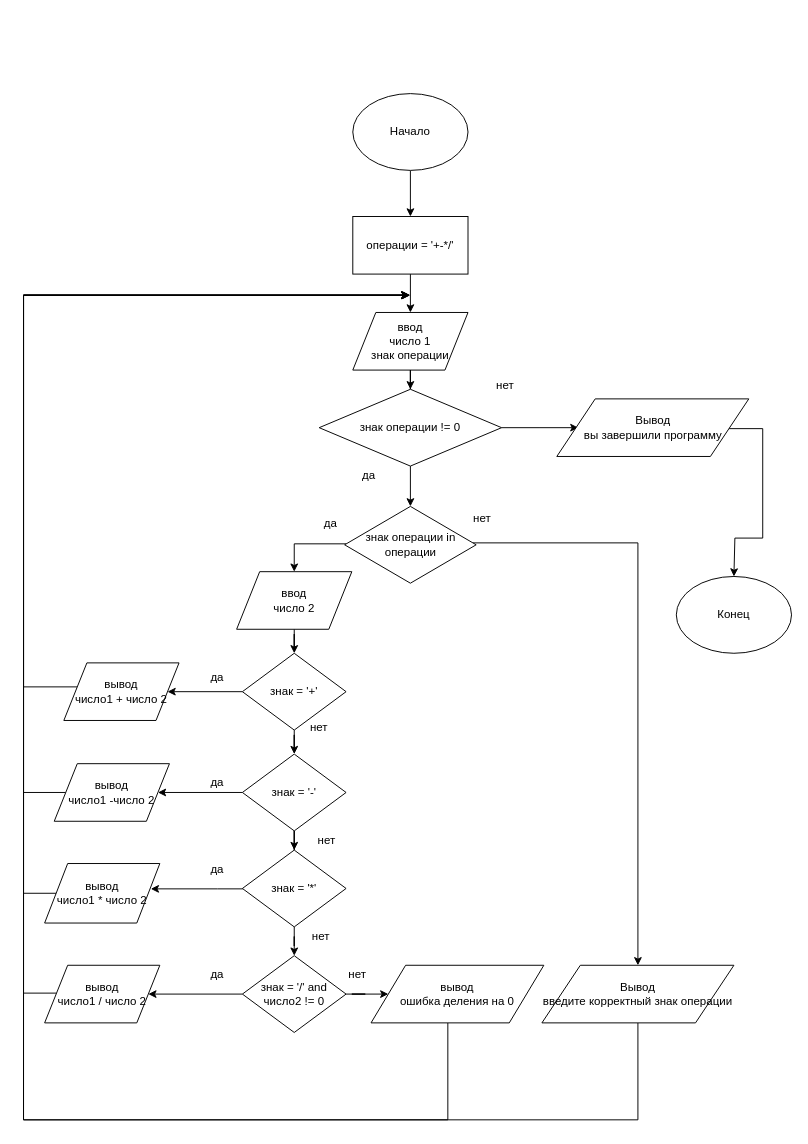
Before: page "Task 2-1" (1 of 4) of Task2.drawio in alexfadin/python, a draw.io diagram. Source tidied: cells renumbered, new cells numbered last; positions are measured from the earlier drawing's top-left corner, leaving out a move shared by most shapes. Both pictures are drawn from the tidied source at 96%, with x=0, y=0 at pixel (23, 93).
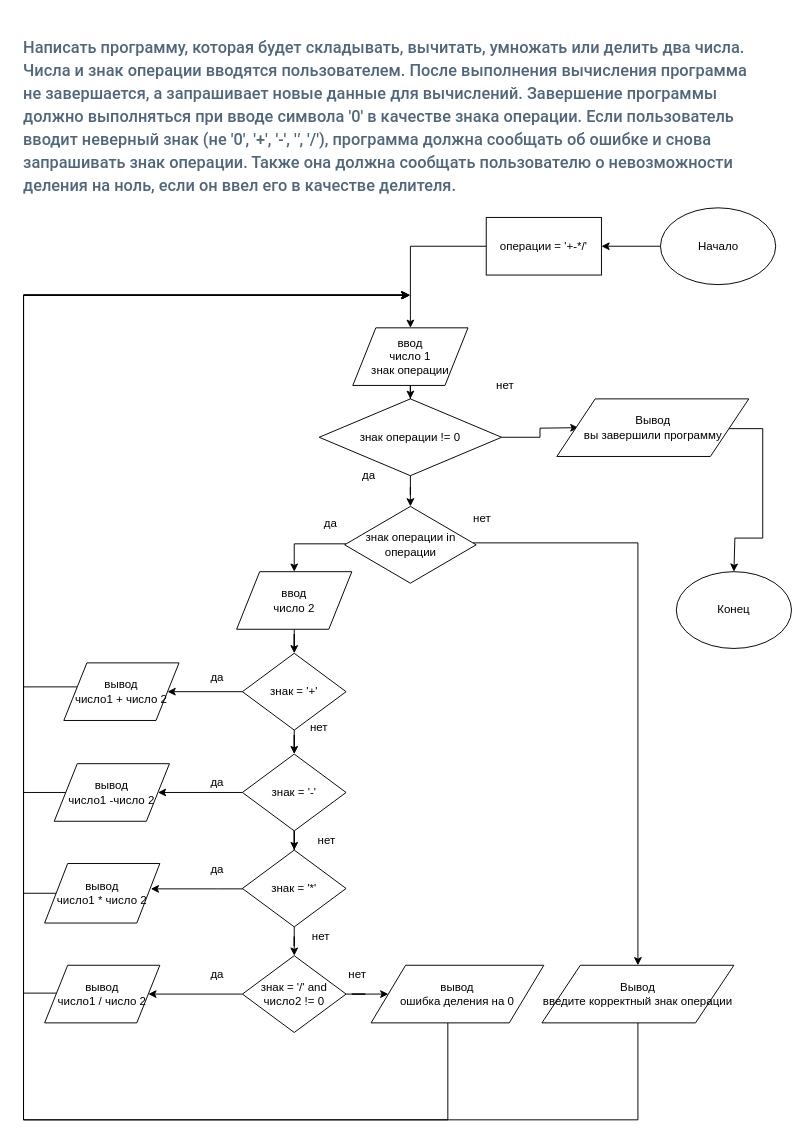
Above is the later version.

Diff of the diagram source:
```diff
@@
     <mxCell id="3" value="Начало" style="ellipse;whiteSpace=wrap;html=1;" parent="1" vertex="1">
-      <mxGeometry x="343" width="120" height="80" as="geometry" />
+      <mxGeometry x="663.5" y="119" width="120" height="80" as="geometry" />
     </mxCell>
@@
     <mxCell id="5" value="ввод&lt;br&gt;число 1&lt;br&gt;знак операции" style="shape=parallelogram;perimeter=parallelogramPerimeter;whiteSpace=wrap;html=1;" parent="1" vertex="1">
-      <mxGeometry x="343" y="228" width="120" height="60" as="geometry" />
+      <mxGeometry x="343" y="244" width="120" height="60" as="geometry" />
     </mxCell>
@@
     <mxCell id="8" value="знак операции != 0" style="rhombus;whiteSpace=wrap;html=1;" parent="1" vertex="1">
-      <mxGeometry x="308" y="308" width="190" height="80" as="geometry" />
+      <mxGeometry x="308" y="318" width="190" height="80" as="geometry" />
     </mxCell>
@@
     <mxCell id="17" value="операции = '+-*/'" style="rounded=0;whiteSpace=wrap;html=1;" parent="1" vertex="1">
-      <mxGeometry x="343" y="128" width="120" height="60" as="geometry" />
+      <mxGeometry x="482" y="129" width="120" height="60" as="geometry" />
     </mxCell>
@@
     <mxCell id="44" value="Конец" style="ellipse;whiteSpace=wrap;html=1;" parent="1" vertex="1">
-      <mxGeometry x="680" y="503" width="120" height="80" as="geometry" />
+      <mxGeometry x="680" y="498" width="120" height="80" as="geometry" />
     </mxCell>
@@
+    <mxCell id="55" value="&lt;h3 style=&quot;box-sizing: border-box ; font-family: &amp;#34;roboto&amp;#34; , &amp;#34;san francisco&amp;#34; , &amp;#34;helvetica neue&amp;#34; , &amp;#34;helvetica&amp;#34; , &amp;#34;arial&amp;#34; ; font-weight: 500 ; line-height: 24px ; color: rgb(80 , 102 , 123) ; margin-top: 20px ; margin-bottom: 10px ; font-size: 17px ; background-color: rgb(255 , 255 , 255)&quot;&gt;Написать программу, которая будет складывать, вычитать, умножать или делить два числа. Числа и знак операции вводятся пользователем. После выполнения вычисления программа не завершается, а запрашивает новые данные для вычислений. Завершение программы должно выполняться при вводе символа '0' в качестве знака операции. Если пользователь вводит неверный знак (не '0', '+', '-', '&lt;em style=&quot;box-sizing: border-box&quot;&gt;'&lt;/em&gt;, '/'), программа должна сообщать об ошибке и снова запрашивать знак операции. Также она должна сообщать пользователю о невозможности деления на ноль, если он ввел его в качестве делителя.&lt;/h3&gt;" style="text;html=1;strokeColor=none;fillColor=none;spacing=5;spacingTop=-20;whiteSpace=wrap;overflow=hidden;rounded=0;" parent="1" vertex="1">
+      <mxGeometry x="-5" y="-70" width="770" height="280" as="geometry" />
+    </mxCell>
```
